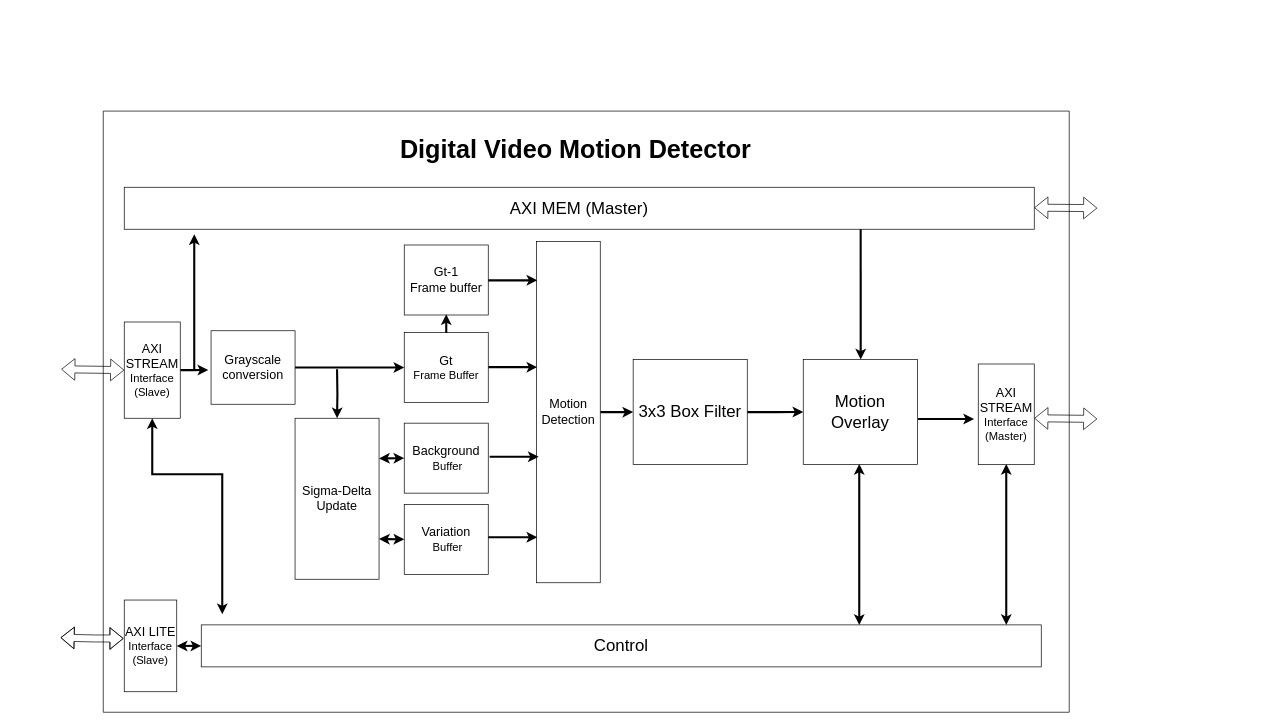
sabarioded/Hardware_for_Digital_Video_Motion_Detector keeps this draw.io diagram as drawings/Block_Diagram_v3.drawio. Above is the earlier version. Source tidied: cells renumbered, new cells numbered last; positions are measured from the earlier drawing's top-left corner, leaving out a move shared by most shapes. Both pictures are drawn from the tidied source at 70%, with x=0, y=0 at pixel (60, 111).
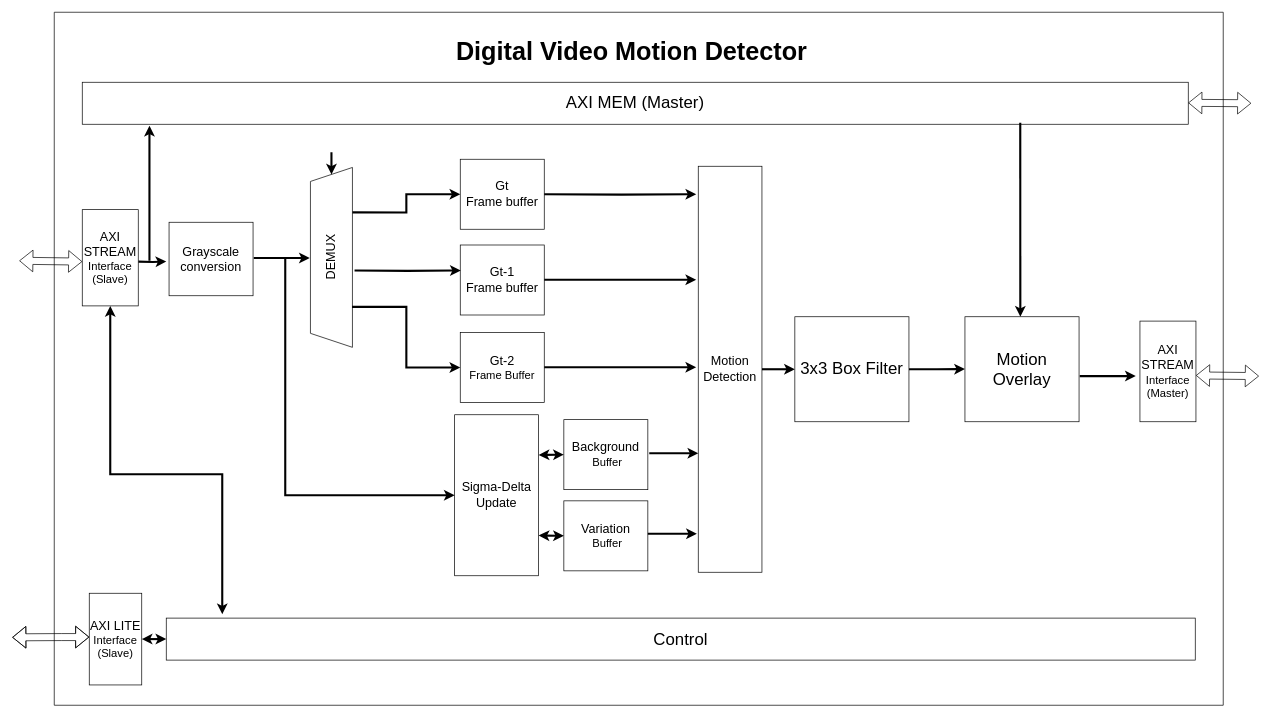
After the change.

The edit, as a diff of the source:
```diff
@@
-    <mxCell id="2" style="edgeStyle=orthogonalEdgeStyle;rounded=0;jettySize=auto;html=1;strokeWidth=3;" parent="1" edge="1" source="3">
+    <mxCell id="2" style="edgeStyle=orthogonalEdgeStyle;rounded=0;orthogonalLoop=1;jettySize=auto;html=1;strokeWidth=3;" parent="1" edge="1">
       <mxGeometry relative="1" as="geometry">
-        <mxPoint x="211" y="370" as="targetPoint" />
+        <mxPoint x="111" y="215.2" as="sourcePoint" />
+        <mxPoint x="151" y="215" as="targetPoint" />
       </mxGeometry>
     </mxCell>
     <mxCell id="3" value="&lt;font style=&quot;font-size: 18px;&quot;&gt;AXI STREAM&lt;/font&gt;&lt;div&gt;&lt;font size=&quot;3&quot;&gt;Interface&lt;/font&gt;&lt;/div&gt;&lt;div&gt;&lt;font size=&quot;3&quot;&gt;(Slave)&lt;/font&gt;&lt;/div&gt;" style="rounded=0;whiteSpace=wrap;html=1;" parent="1" vertex="1">
-      <mxGeometry x="91" y="301.5" width="80" height="137.5" as="geometry" />
+      <mxGeometry x="31" y="141" width="80" height="137.5" as="geometry" />
     </mxCell>
-    <mxCell id="4" style="edgeStyle=orthogonalEdgeStyle;rounded=0;jettySize=auto;html=1;entryX=0;entryY=0.5;entryDx=0;entryDy=0;strokeWidth=3;" parent="1" edge="1" source="5" target="7">
-      <mxGeometry relative="1" as="geometry" />
+    <mxCell id="4" style="edgeStyle=orthogonalEdgeStyle;rounded=0;orthogonalLoop=1;jettySize=auto;html=1;strokeWidth=3;" parent="1" edge="1">
+      <mxGeometry relative="1" as="geometry">
+        <mxPoint x="276" y="210" as="sourcePoint" />
+        <mxPoint x="356" y="210" as="targetPoint" />
+      </mxGeometry>
     </mxCell>
     <mxCell id="5" value="&lt;font style=&quot;font-size: 18px;&quot;&gt;Grayscale conversion&lt;/font&gt;" style="whiteSpace=wrap;html=1;" parent="1" vertex="1">
-      <mxGeometry x="215" y="314" width="120" height="105" as="geometry" />
+      <mxGeometry x="155" y="159" width="120" height="105" as="geometry" />
     </mxCell>
-    <mxCell id="6" style="edgeStyle=orthogonalEdgeStyle;rounded=0;jettySize=auto;html=1;strokeWidth=3;" parent="1" edge="1" source="7">
-      <mxGeometry relative="1" as="geometry">
-        <mxPoint x="681" y="366" as="targetPoint" />
-      </mxGeometry>
-    </mxCell>
-    <mxCell id="7" value="&lt;font style=&quot;font-size: 18px;&quot;&gt;Gt&lt;/font&gt;&lt;div&gt;&lt;font size=&quot;3&quot;&gt;Frame Buffer&lt;/font&gt;&lt;/div&gt;" style="rounded=0;whiteSpace=wrap;html=1;" parent="1" vertex="1">
-      <mxGeometry x="491" y="316.5" width="120" height="100" as="geometry" />
+    <mxCell id="7" value="&lt;font style=&quot;font-size: 18px;&quot;&gt;Gt-2&lt;/font&gt;&lt;div&gt;&lt;font size=&quot;3&quot;&gt;Frame Buffer&lt;/font&gt;&lt;/div&gt;" style="rounded=0;whiteSpace=wrap;html=1;" parent="1" vertex="1">
+      <mxGeometry x="571" y="316.5" width="120" height="100" as="geometry" />
     </mxCell>
     <mxCell id="8" value="&lt;span style=&quot;font-size: 18px;&quot;&gt;Background&lt;/span&gt;&lt;br&gt;&lt;div&gt;&lt;font size=&quot;3&quot;&gt;&amp;nbsp;Buffer&lt;/font&gt;&lt;/div&gt;" style="rounded=0;whiteSpace=wrap;html=1;" parent="1" vertex="1">
-      <mxGeometry x="491" y="446" width="120" height="100" as="geometry" />
+      <mxGeometry x="719" y="441" width="120" height="100" as="geometry" />
     </mxCell>
     <mxCell id="9" value="&lt;span style=&quot;background-color: transparent; color: light-dark(rgb(0, 0, 0), rgb(255, 255, 255)); font-size: 18px;&quot;&gt;Variation&lt;/span&gt;&lt;div&gt;&lt;span style=&quot;font-size: medium; background-color: transparent; color: light-dark(rgb(0, 0, 0), rgb(255, 255, 255));&quot;&gt;&amp;nbsp;Buffer&lt;/span&gt;&lt;/div&gt;" style="rounded=0;whiteSpace=wrap;html=1;" parent="1" vertex="1">
-      <mxGeometry x="491" y="562" width="120" height="100" as="geometry" />
+      <mxGeometry x="719" y="557" width="120" height="100" as="geometry" />
     </mxCell>
     <mxCell id="10" value="&lt;font style=&quot;font-size: 24px;&quot;&gt;AXI MEM (Master)&lt;/font&gt;" style="whiteSpace=wrap;html=1;" parent="1" vertex="1">
-      <mxGeometry x="91" y="109" width="1300" height="60" as="geometry" />
+      <mxGeometry x="31" y="-41" width="1580" height="60" as="geometry" />
     </mxCell>
     <mxCell id="11" value="&lt;span style=&quot;font-size: 18px;&quot;&gt;Gt-1&lt;/span&gt;&lt;div&gt;&lt;span style=&quot;font-size: 18px;&quot;&gt;Frame buffer&lt;/span&gt;&lt;/div&gt;" style="rounded=0;whiteSpace=wrap;html=1;" parent="1" vertex="1">
-      <mxGeometry x="491" y="191.5" width="120" height="100" as="geometry" />
+      <mxGeometry x="571" y="191.5" width="120" height="100" as="geometry" />
     </mxCell>
@@
     <mxCell id="13" value="&lt;font style=&quot;font-size: 18px;&quot;&gt;Motion Detection&lt;/font&gt;" style="whiteSpace=wrap;html=1;" parent="1" vertex="1">
-      <mxGeometry x="680" y="186.5" width="91" height="487.5" as="geometry" />
+      <mxGeometry x="911" y="79" width="91" height="580" as="geometry" />
     </mxCell>
     <mxCell id="14" style="endArrow=classic;html=1;rounded=0;strokeWidth=3;" parent="1" edge="1">
       <mxGeometry relative="1" as="geometry">
-        <mxPoint x="191" y="369" as="sourcePoint" />
-        <mxPoint x="191" y="176" as="targetPoint" />
+        <mxPoint x="127" y="214" as="sourcePoint" />
+        <mxPoint x="127" y="21" as="targetPoint" />
       </mxGeometry>
     </mxCell>
     <mxCell id="15" style="edgeStyle=orthogonalEdgeStyle;rounded=0;jettySize=auto;html=1;strokeWidth=3;" parent="1" edge="1" source="16">
       <mxGeometry relative="1" as="geometry">
-        <mxPoint x="1061" y="430" as="targetPoint" />
+        <mxPoint x="1292" y="368.8" as="targetPoint" />
       </mxGeometry>
     </mxCell>
     <mxCell id="16" value="&lt;font style=&quot;font-size: 24px;&quot;&gt;3x3 Box Filter&lt;/font&gt;" style="rounded=0;whiteSpace=wrap;html=1;" parent="1" vertex="1">
-      <mxGeometry x="818" y="355.2" width="163" height="150" as="geometry" />
+      <mxGeometry x="1049" y="294" width="163" height="150" as="geometry" />
     </mxCell>
     <mxCell id="17" style="endArrow=classic;html=1;rounded=0;strokeWidth=3;" parent="1" edge="1">
       <mxGeometry relative="1" as="geometry">
-        <mxPoint x="1143" y="169" as="sourcePoint" />
-        <mxPoint x="1143.1" y="355.2" as="targetPoint" />
+        <mxPoint x="1371" y="17" as="sourcePoint" />
+        <mxPoint x="1371.1" y="294" as="targetPoint" />
       </mxGeometry>
     </mxCell>
     <mxCell id="18" style="endArrow=classic;startArrow=classic;html=1;rounded=0;exitX=0.5;exitY=1;exitDx=0;exitDy=0;strokeWidth=3;" parent="1" edge="1" source="3">
       <mxGeometry relative="1" as="geometry">
         <mxPoint x="231" y="719" as="targetPoint" />
         <Array as="points">
-          <mxPoint x="131" y="519" />
+          <mxPoint x="71" y="519" />
           <mxPoint x="231" y="519" />
         </Array>
       </mxGeometry>
     </mxCell>
-    <mxCell id="19" style="swimlane;startSize=0;" parent="1" vertex="1">
-      <mxGeometry x="61" y="0.2" width="1380" height="858.8" as="geometry" />
-    </mxCell>
-    <mxCell id="20" value="&lt;font style=&quot;font-size: 36px;&quot;&gt;&lt;b&gt;Digital Video Motion Detector&lt;/b&gt;&lt;/font&gt;" style="text;html=1;align=center;verticalAlign=middle;whiteSpace=wrap;rounded=0;" parent="19" vertex="1">
-      <mxGeometry x="410" y="40" width="530" height="30" as="geometry" />
-    </mxCell>
-    <mxCell id="21" value="&lt;font style=&quot;font-size: 18px;&quot;&gt;AXI LITE&lt;/font&gt;&lt;div&gt;&lt;font size=&quot;3&quot;&gt;Interface&lt;/font&gt;&lt;/div&gt;&lt;div&gt;&lt;font size=&quot;3&quot;&gt;(Slave)&lt;/font&gt;&lt;/div&gt;" style="whiteSpace=wrap;html=1;" parent="19" vertex="1">
-      <mxGeometry x="30" y="698.5" width="75" height="131" as="geometry" />
-    </mxCell>
-    <mxCell id="22" value="&lt;font style=&quot;font-size: 24px;&quot;&gt;Control&lt;/font&gt;" style="rounded=0;whiteSpace=wrap;html=1;" parent="19" vertex="1">
-      <mxGeometry x="140" y="734" width="1200" height="60" as="geometry" />
-    </mxCell>
-    <mxCell id="23" style="endArrow=classic;startArrow=classic;html=1;rounded=0;exitX=1;exitY=0.5;exitDx=0;exitDy=0;entryX=0;entryY=0.5;entryDx=0;entryDy=0;strokeWidth=3;" parent="19" edge="1" source="21" target="22">
-      <mxGeometry relative="1" as="geometry" />
-    </mxCell>
-    <mxCell id="24" style="endArrow=classic;startArrow=classic;html=1;rounded=0;strokeWidth=3;" parent="19" edge="1">
-      <mxGeometry relative="1" as="geometry">
-        <mxPoint x="1290" y="504" as="sourcePoint" />
-        <mxPoint x="1290" y="734" as="targetPoint" />
-      </mxGeometry>
-    </mxCell>
-    <mxCell id="25" style="endArrow=classic;startArrow=classic;html=1;rounded=0;strokeWidth=3;" parent="19" edge="1">
-      <mxGeometry relative="1" as="geometry">
-        <mxPoint x="1080" y="504" as="sourcePoint" />
-        <mxPoint x="1080" y="734" as="targetPoint" />
-      </mxGeometry>
-    </mxCell>
-    <mxCell id="26" style="shape=flexArrow;endArrow=classic;startArrow=classic;html=1;rounded=0;entryX=0;entryY=0.5;entryDx=0;entryDy=0;" parent="1" edge="1" target="3">
+    <mxCell id="26" style="shape=flexArrow;endArrow=classic;startArrow=classic;html=1;rounded=0;entryX=0;entryY=0.5;entryDx=0;entryDy=0;" parent="1" edge="1">
       <mxGeometry relative="1" as="geometry">
-        <mxPoint x="1" y="369" as="sourcePoint" />
+        <mxPoint x="-59" y="214" as="sourcePoint" />
+        <mxPoint x="31" y="215.2" as="targetPoint" />
       </mxGeometry>
     </mxCell>
     <mxCell id="27" style="shape=flexArrow;endArrow=classic;startArrow=classic;html=1;rounded=0;" parent="1" edge="1">
       <mxGeometry relative="1" as="geometry">
-        <mxPoint y="752.4" as="sourcePoint" />
-        <mxPoint x="90" y="753.6" as="targetPoint" />
+        <mxPoint x="-69" y="752" as="sourcePoint" />
+        <mxPoint x="41" y="751.6" as="targetPoint" />
         <Array as="points">
-          <mxPoint x="50" y="753.6" />
+          <mxPoint x="1" y="751.6" />
         </Array>
       </mxGeometry>
     </mxCell>
     <mxCell id="28" style="shape=flexArrow;endArrow=classic;startArrow=classic;html=1;rounded=0;entryX=0;entryY=0.5;entryDx=0;entryDy=0;" parent="1" edge="1">
       <mxGeometry relative="1" as="geometry">
-        <mxPoint x="1391" y="439" as="sourcePoint" />
-        <mxPoint x="1481" y="440" as="targetPoint" />
+        <mxPoint x="1622" y="377.8" as="sourcePoint" />
+        <mxPoint x="1712" y="378.8" as="targetPoint" />
       </mxGeometry>
     </mxCell>
     <mxCell id="29" style="shape=flexArrow;endArrow=classic;startArrow=classic;html=1;rounded=0;" parent="1" edge="1">
       <mxGeometry relative="1" as="geometry">
-        <mxPoint x="1391" y="138.2" as="sourcePoint" />
-        <mxPoint x="1481" y="138.8" as="targetPoint" />
+        <mxPoint x="1611" y="-11.6" as="sourcePoint" />
+        <mxPoint x="1701" y="-11" as="targetPoint" />
       </mxGeometry>
     </mxCell>
-    <mxCell id="30" style="edgeStyle=orthogonalEdgeStyle;rounded=0;orthogonalLoop=1;jettySize=auto;html=1;strokeWidth=3;entryX=0.5;entryY=1;entryDx=0;entryDy=0;" parent="1" edge="1">
-      <mxGeometry relative="1" as="geometry">
-        <mxPoint x="551" y="317" as="sourcePoint" />
-        <mxPoint x="551" y="290.5" as="targetPoint" />
-      </mxGeometry>
-    </mxCell>
-    <mxCell id="31" style="edgeStyle=orthogonalEdgeStyle;rounded=0;orthogonalLoop=1;jettySize=auto;html=1;strokeWidth=3;" parent="1" edge="1">
-      <mxGeometry relative="1" as="geometry">
-        <mxPoint x="611" y="242" as="sourcePoint" />
-        <mxPoint x="681" y="242" as="targetPoint" />
-      </mxGeometry>
-    </mxCell>
     <mxCell id="32" value="&lt;span style=&quot;font-size: 18px;&quot;&gt;Sigma-Delta&lt;/span&gt;&lt;div&gt;&lt;span style=&quot;font-size: 18px;&quot;&gt;Update&lt;/span&gt;&lt;/div&gt;" style="rounded=0;whiteSpace=wrap;html=1;" parent="1" vertex="1">
-      <mxGeometry x="335" y="439" width="120" height="230" as="geometry" />
+      <mxGeometry x="563" y="434" width="120" height="230" as="geometry" />
     </mxCell>
@@
-    <mxCell id="35" style="edgeStyle=orthogonalEdgeStyle;rounded=0;jettySize=auto;html=1;strokeWidth=3;entryX=0.5;entryY=0;entryDx=0;entryDy=0;" parent="1" edge="1" target="32">
+    <mxCell id="35" style="edgeStyle=orthogonalEdgeStyle;rounded=0;jettySize=auto;html=1;strokeWidth=3;entryX=0;entryY=0.5;entryDx=0;entryDy=0;" parent="1" edge="1" target="32">
       <mxGeometry relative="1" as="geometry">
-        <mxPoint x="395" y="369" as="sourcePoint" />
+        <mxPoint x="321" y="209" as="sourcePoint" />
+        <Array as="points">
+          <mxPoint x="321" y="549" />
+        </Array>
       </mxGeometry>
     </mxCell>
     <mxCell id="36" style="edgeStyle=orthogonalEdgeStyle;rounded=0;orthogonalLoop=1;jettySize=auto;html=1;strokeWidth=3;" parent="1" edge="1">
       <mxGeometry relative="1" as="geometry">
-        <mxPoint x="613" y="494" as="sourcePoint" />
-        <mxPoint x="683" y="494" as="targetPoint" />
+        <mxPoint x="841" y="489" as="sourcePoint" />
+        <mxPoint x="911" y="489" as="targetPoint" />
       </mxGeometry>
     </mxCell>
     <mxCell id="37" style="edgeStyle=orthogonalEdgeStyle;rounded=0;orthogonalLoop=1;jettySize=auto;html=1;strokeWidth=3;" parent="1" edge="1">
       <mxGeometry relative="1" as="geometry">
-        <mxPoint x="611" y="609" as="sourcePoint" />
-        <mxPoint x="681" y="609" as="targetPoint" />
+        <mxPoint x="839" y="604" as="sourcePoint" />
+        <mxPoint x="909" y="604" as="targetPoint" />
       </mxGeometry>
     </mxCell>
     <mxCell id="38" value="&lt;font style=&quot;font-size: 24px;&quot;&gt;Motion Overlay&lt;/font&gt;" style="rounded=0;whiteSpace=wrap;html=1;" parent="1" vertex="1">
-      <mxGeometry x="1061" y="355.2" width="163" height="150" as="geometry" />
+      <mxGeometry x="1292" y="294" width="163" height="150" as="geometry" />
     </mxCell>
     <mxCell id="39" value="&lt;font style=&quot;font-size: 18px;&quot;&gt;AXI STREAM&lt;/font&gt;&lt;div&gt;&lt;font size=&quot;3&quot;&gt;Interface&lt;/font&gt;&lt;/div&gt;&lt;div&gt;&lt;font size=&quot;3&quot;&gt;(Master)&lt;/font&gt;&lt;/div&gt;" style="rounded=0;whiteSpace=wrap;html=1;" parent="1" vertex="1">
-      <mxGeometry x="1311" y="361.5" width="80" height="143.8" as="geometry" />
+      <mxGeometry x="1542" y="300.2" width="80" height="143.8" as="geometry" />
     </mxCell>
     <mxCell id="40" style="edgeStyle=orthogonalEdgeStyle;rounded=0;orthogonalLoop=1;jettySize=auto;html=1;strokeWidth=3;" parent="1" edge="1">
       <mxGeometry relative="1" as="geometry">
-        <mxPoint x="1225" y="440" as="sourcePoint" />
-        <mxPoint x="1305" y="440" as="targetPoint" />
+        <mxPoint x="1456" y="378.8" as="sourcePoint" />
+        <mxPoint x="1536" y="378.8" as="targetPoint" />
       </mxGeometry>
     </mxCell>
+    <mxCell id="41" value="&lt;span style=&quot;font-size: 18px;&quot;&gt;Gt&lt;/span&gt;&lt;div&gt;&lt;span style=&quot;font-size: 18px;&quot;&gt;Frame buffer&lt;/span&gt;&lt;/div&gt;" style="rounded=0;whiteSpace=wrap;html=1;" parent="1" vertex="1">
+      <mxGeometry x="571" y="69" width="120" height="100" as="geometry" />
+    </mxCell>
+    <mxCell id="42" value="&lt;font style=&quot;font-size: 18px;&quot;&gt;DEMUX&lt;/font&gt;" style="shape=trapezoid;perimeter=trapezoidPerimeter;whiteSpace=wrap;html=1;fixedSize=1;rotation=-90;" parent="1" vertex="1">
+      <mxGeometry x="258.5" y="179.2" width="257" height="60" as="geometry" />
+    </mxCell>
+    <mxCell id="43" style="edgeStyle=orthogonalEdgeStyle;rounded=0;jettySize=auto;html=1;strokeWidth=3;entryX=0;entryY=0.5;entryDx=0;entryDy=0;exitX=0.75;exitY=1;exitDx=0;exitDy=0;" parent="1" edge="1" source="42" target="41">
+      <mxGeometry relative="1" as="geometry" />
+    </mxCell>
+    <mxCell id="44" style="edgeStyle=orthogonalEdgeStyle;rounded=0;jettySize=auto;html=1;strokeWidth=3;entryX=0.006;entryY=0.364;entryDx=0;entryDy=0;entryPerimeter=0;" parent="1" edge="1" target="11">
+      <mxGeometry relative="1" as="geometry">
+        <mxPoint x="420" y="228" as="sourcePoint" />
+      </mxGeometry>
+    </mxCell>
+    <mxCell id="45" style="edgeStyle=orthogonalEdgeStyle;rounded=0;jettySize=auto;html=1;strokeWidth=3;entryX=1;entryY=0.5;entryDx=0;entryDy=0;" parent="1" edge="1" target="42">
+      <mxGeometry relative="1" as="geometry">
+        <mxPoint x="387" y="59" as="sourcePoint" />
+      </mxGeometry>
+    </mxCell>
+    <mxCell id="46" style="edgeStyle=orthogonalEdgeStyle;rounded=0;jettySize=auto;html=1;strokeWidth=3;entryX=0;entryY=0.5;entryDx=0;entryDy=0;exitX=0.225;exitY=0.99;exitDx=0;exitDy=0;exitPerimeter=0;" parent="1" edge="1" source="42" target="7">
+      <mxGeometry relative="1" as="geometry" />
+    </mxCell>
+    <mxCell id="47" style="swimlane;startSize=0;" parent="1" vertex="1">
+      <mxGeometry x="-9" y="-141" width="1670" height="990" as="geometry" />
+    </mxCell>
+    <mxCell id="20" value="&lt;font style=&quot;font-size: 36px;&quot;&gt;&lt;b&gt;Digital Video Motion Detector&lt;/b&gt;&lt;/font&gt;" style="text;html=1;align=center;verticalAlign=middle;whiteSpace=wrap;rounded=0;" parent="47" vertex="1">
+      <mxGeometry x="560" y="40" width="530" height="30" as="geometry" />
+    </mxCell>
+    <mxCell id="48" style="edgeStyle=orthogonalEdgeStyle;rounded=0;jettySize=auto;html=1;strokeWidth=3;entryX=-0.032;entryY=0.069;entryDx=0;entryDy=0;entryPerimeter=0;" parent="1" edge="1" target="13">
+      <mxGeometry relative="1" as="geometry">
+        <mxPoint x="691" y="119" as="sourcePoint" />
+      </mxGeometry>
+    </mxCell>
+    <mxCell id="49" style="edgeStyle=orthogonalEdgeStyle;rounded=0;orthogonalLoop=1;jettySize=auto;html=1;strokeWidth=3;entryX=-0.032;entryY=0.069;entryDx=0;entryDy=0;entryPerimeter=0;" parent="1" edge="1">
+      <mxGeometry relative="1" as="geometry">
+        <mxPoint x="691" y="241.1" as="sourcePoint" />
+        <mxPoint x="908" y="241.1" as="targetPoint" />
+      </mxGeometry>
+    </mxCell>
+    <mxCell id="50" style="edgeStyle=orthogonalEdgeStyle;rounded=0;orthogonalLoop=1;jettySize=auto;html=1;strokeWidth=3;entryX=-0.032;entryY=0.069;entryDx=0;entryDy=0;entryPerimeter=0;" parent="1" edge="1">
+      <mxGeometry relative="1" as="geometry">
+        <mxPoint x="691" y="366.1" as="sourcePoint" />
+        <mxPoint x="908" y="366.1" as="targetPoint" />
+      </mxGeometry>
+    </mxCell>
+    <mxCell id="21" value="&lt;font style=&quot;font-size: 18px;&quot;&gt;AXI LITE&lt;/font&gt;&lt;div&gt;&lt;font size=&quot;3&quot;&gt;Interface&lt;/font&gt;&lt;/div&gt;&lt;div&gt;&lt;font size=&quot;3&quot;&gt;(Slave)&lt;/font&gt;&lt;/div&gt;" style="whiteSpace=wrap;html=1;" parent="1" vertex="1">
+      <mxGeometry x="41" y="689" width="75" height="131" as="geometry" />
+    </mxCell>
+    <mxCell id="22" value="&lt;font style=&quot;font-size: 24px;&quot;&gt;Control&lt;/font&gt;" style="rounded=0;whiteSpace=wrap;html=1;" parent="1" vertex="1">
+      <mxGeometry x="151" y="724.5" width="1470" height="60" as="geometry" />
+    </mxCell>
+    <mxCell id="23" style="endArrow=classic;startArrow=classic;html=1;rounded=0;exitX=1;exitY=0.5;exitDx=0;exitDy=0;entryX=0;entryY=0.5;entryDx=0;entryDy=0;strokeWidth=3;" parent="1" edge="1" source="21" target="22">
+      <mxGeometry relative="1" as="geometry" />
+    </mxCell>
```
